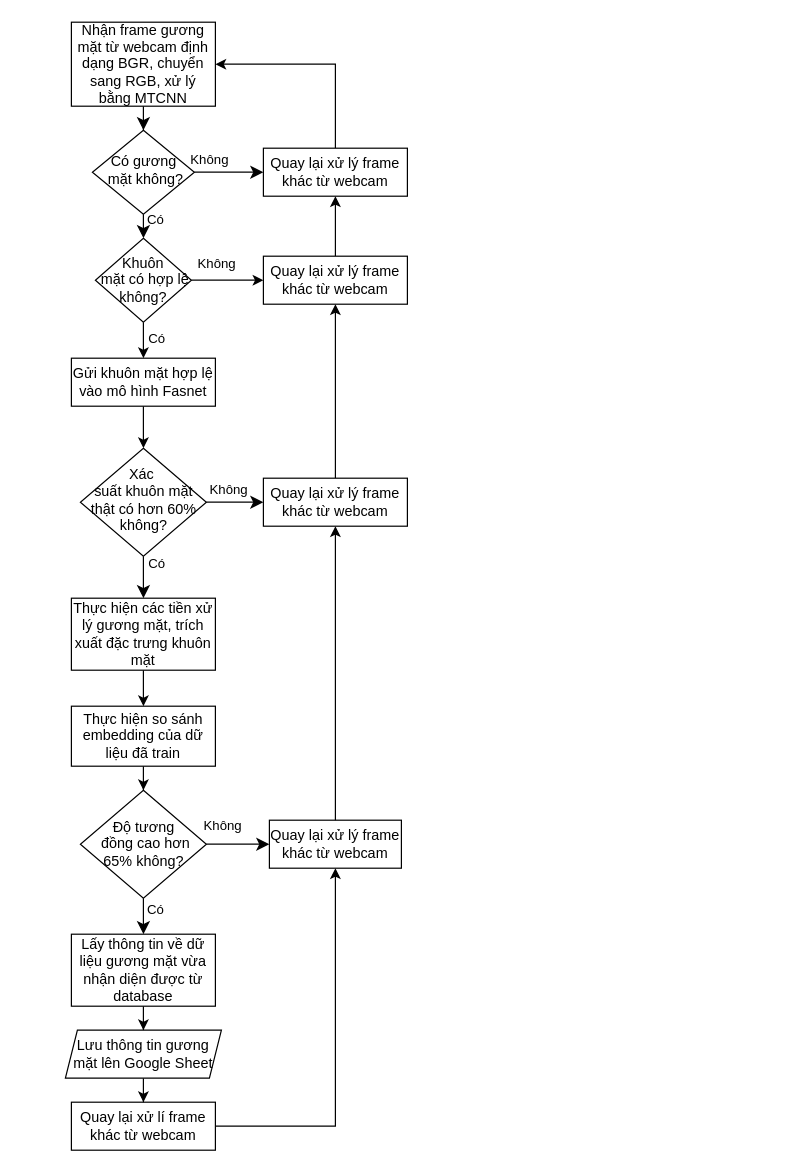
linh0802/fas keeps this draw.io diagram as luudonhandien.drawio. Above is the earlier version. Source tidied: cells renumbered, new cells numbered last; positions are measured from the earlier drawing's top-left corner, leaving out a move shared by most shapes. Both pictures are drawn from the tidied source at 120%, with x=0, y=0 at pixel (65, 22).
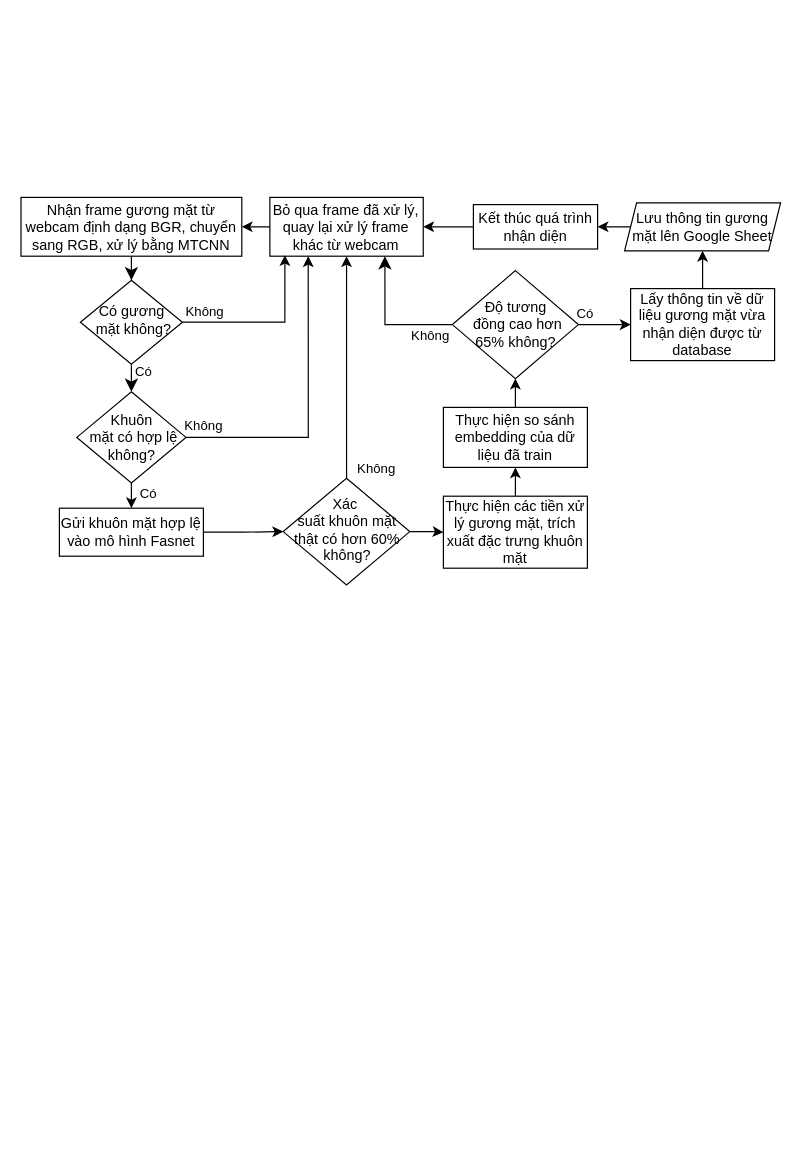
The same page after the edit.

Commit message:
Cập nhật luudonhandien.drawio

Diff of the diagram source:
```diff
@@
-    <mxCell id="3" value="Không" style="edgeStyle=orthogonalEdgeStyle;rounded=0;html=1;jettySize=auto;fontSize=11;endArrow=classic;endFill=1;endSize=8;strokeWidth=1;shadow=0;labelBackgroundColor=none;entryX=0;entryY=0.5;entryDx=0;entryDy=0;exitX=1;exitY=0.5;exitDx=0;exitDy=0;" parent="1" edge="1" source="4" target="19">
-      <mxGeometry x="-0.6" y="10" relative="1" as="geometry">
-        <Array as="points">
-          <mxPoint x="135" y="125" />
-          <mxPoint x="135" y="125" />
-        </Array>
-      </mxGeometry>
-    </mxCell>
     <mxCell id="4" value="Có gương&lt;div&gt;&amp;nbsp;mặt không?&lt;/div&gt;" style="rhombus;whiteSpace=wrap;html=1;shadow=0;fontFamily=Helvetica;fontSize=12;align=center;strokeWidth=1;spacing=6;spacingTop=-4;" parent="1" vertex="1">
-      <mxGeometry x="22.5" y="90" width="85" height="70" as="geometry" />
+      <mxGeometry x="12.5" y="215" width="85" height="70" as="geometry" />
     </mxCell>
-    <mxCell id="5" value="Có" style="rounded=0;html=1;jettySize=auto;fontSize=11;endArrow=classic;endFill=1;endSize=8;strokeWidth=1;shadow=0;labelBackgroundColor=none;edgeStyle=orthogonalEdgeStyle;" parent="1" edge="1" source="7">
-      <mxGeometry x="-0.72" y="10" relative="1" as="geometry">
-        <mxPoint x="65" y="480" as="targetPoint" />
-        <mxPoint x="1" y="1" as="offset" />
-      </mxGeometry>
-    </mxCell>
-    <mxCell id="6" value="Không" style="edgeStyle=orthogonalEdgeStyle;rounded=0;html=1;jettySize=auto;fontSize=11;endArrow=classic;endFill=1;endSize=8;strokeWidth=1;shadow=0;labelBackgroundColor=none;" parent="1" edge="1" source="7">
-      <mxGeometry x="-0.27" y="10" relative="1" as="geometry">
-        <mxPoint x="165" y="400" as="targetPoint" />
-      </mxGeometry>
-    </mxCell>
+    <mxCell id="38" style="edgeStyle=orthogonalEdgeStyle;rounded=0;jettySize=auto;html=1;entryX=0.5;entryY=1;entryDx=0;entryDy=0;" parent="1" edge="1" source="7" target="19">
+      <mxGeometry relative="1" as="geometry" />
+    </mxCell>
+    <mxCell id="39" value="Không" style="edgeLabel;html=1;align=center;verticalAlign=middle;" parent="38" vertex="1">
+      <mxGeometry x="-0.78" relative="1" as="geometry">
+        <mxPoint x="24" y="11" as="offset" />
+      </mxGeometry>
+    </mxCell>
+    <mxCell id="40" style="edgeStyle=orthogonalEdgeStyle;rounded=0;jettySize=auto;html=1;" parent="1" edge="1" source="7" target="16">
+      <mxGeometry relative="1" as="geometry" />
+    </mxCell>
     <mxCell id="7" value="&lt;div&gt;Xác&amp;nbsp;&lt;/div&gt;&lt;div&gt;suất khuôn mặt thật có hơn 60% không?&lt;/div&gt;" style="rhombus;whiteSpace=wrap;html=1;shadow=0;fontFamily=Helvetica;fontSize=12;align=center;strokeWidth=1;spacing=6;spacingTop=-4;" parent="1" vertex="1">
-      <mxGeometry x="12.5" y="355" width="105" height="90" as="geometry" />
+      <mxGeometry x="181.5" y="380" width="105.5" height="89" as="geometry" />
     </mxCell>
-    <mxCell id="8" style="edgeStyle=orthogonalEdgeStyle;rounded=0;orthogonalLoop=1;jettySize=auto;html=1;" parent="1" edge="1">
-      <mxGeometry relative="1" as="geometry">
-        <mxPoint x="65" y="540" as="sourcePoint" />
-        <mxPoint x="65" y="570" as="targetPoint" />
-      </mxGeometry>
-    </mxCell>
-    <mxCell id="9" style="edgeStyle=orthogonalEdgeStyle;rounded=0;jettySize=auto;html=1;endArrow=classic;endFill=1;exitX=0.5;exitY=1;exitDx=0;exitDy=0;" parent="1" edge="1" source="17" target="7">
-      <mxGeometry relative="1" as="geometry" />
-    </mxCell>
-    <mxCell id="10" style="edgeStyle=orthogonalEdgeStyle;rounded=0;jettySize=auto;html=1;exitX=0.5;exitY=1;exitDx=0;exitDy=0;" parent="1" edge="1" source="15" target="11">
-      <mxGeometry relative="1" as="geometry" />
-    </mxCell>
+    <mxCell id="41" style="edgeStyle=orthogonalEdgeStyle;rounded=0;jettySize=auto;html=1;exitX=1;exitY=0.5;exitDx=0;exitDy=0;entryX=0;entryY=0.5;entryDx=0;entryDy=0;" parent="1" edge="1" source="11" target="35">
+      <mxGeometry relative="1" as="geometry" />
+    </mxCell>
+    <mxCell id="42" value="Có" style="edgeLabel;html=1;align=center;verticalAlign=middle;" parent="41" vertex="1">
+      <mxGeometry x="-0.86" y="-1" relative="1" as="geometry">
+        <mxPoint x="2" y="-11" as="offset" />
+      </mxGeometry>
+    </mxCell>
     <mxCell id="11" value="&lt;div&gt;Độ&amp;nbsp;&lt;span style=&quot;background-color: transparent; color: light-dark(rgb(0, 0, 0), rgb(255, 255, 255));&quot;&gt;tương&lt;/span&gt;&lt;/div&gt;&lt;div&gt;&amp;nbsp;đồng cao hơn 65%&amp;nbsp;&lt;span style=&quot;background-color: transparent; color: light-dark(rgb(0, 0, 0), rgb(255, 255, 255));&quot;&gt;không?&lt;/span&gt;&lt;/div&gt;" style="rhombus;whiteSpace=wrap;html=1;" parent="1" vertex="1">
-      <mxGeometry x="12.5" y="640" width="105" height="90" as="geometry" />
+      <mxGeometry x="322.5" y="207" width="105" height="90" as="geometry" />
     </mxCell>
-    <mxCell id="12" value="Không" style="edgeStyle=orthogonalEdgeStyle;rounded=0;html=1;jettySize=auto;fontSize=11;endArrow=classic;endFill=1;endSize=8;strokeWidth=1;shadow=0;labelBackgroundColor=none;exitX=1;exitY=0.5;exitDx=0;exitDy=0;" parent="1" edge="1" source="11">
-      <mxGeometry x="-0.51" y="15" relative="1" as="geometry">
-        <mxPoint x="170" y="685" as="targetPoint" />
+    <mxCell id="12" value="Không" style="edgeStyle=orthogonalEdgeStyle;rounded=0;html=1;jettySize=auto;fontSize=11;endArrow=classic;endFill=1;endSize=8;strokeWidth=1;shadow=0;labelBackgroundColor=none;exitX=0;exitY=0.5;exitDx=0;exitDy=0;entryX=0.75;entryY=1;entryDx=0;entryDy=0;" parent="1" edge="1" source="11" target="19">
+      <mxGeometry x="-0.66" y="9" relative="1" as="geometry">
+        <Array as="points">
+          <mxPoint x="266" y="252" />
+        </Array>
       </mxGeometry>
     </mxCell>
-    <mxCell id="13" value="Có" style="rounded=0;html=1;jettySize=auto;orthogonalLoop=1;fontSize=11;endArrow=classic;endFill=1;endSize=8;strokeWidth=1;shadow=0;labelBackgroundColor=none;edgeStyle=orthogonalEdgeStyle;entryX=0.5;entryY=0;entryDx=0;entryDy=0;" parent="1" edge="1">
-      <mxGeometry x="-0.33" y="10" relative="1" as="geometry">
-        <mxPoint x="65" y="730" as="sourcePoint" />
-        <mxPoint x="65" y="760" as="targetPoint" />
-      </mxGeometry>
-    </mxCell>
-    <mxCell id="14" style="edgeStyle=orthogonalEdgeStyle;rounded=0;orthogonalLoop=1;jettySize=auto;html=1;entryX=0.5;entryY=1;entryDx=0;entryDy=0;" parent="1" edge="1">
-      <mxGeometry relative="1" as="geometry">
-        <mxPoint x="225" y="695" as="sourcePoint" />
-        <mxPoint x="225" y="420" as="targetPoint" />
-      </mxGeometry>
-    </mxCell>
+    <mxCell id="10" style="edgeStyle=orthogonalEdgeStyle;rounded=0;jettySize=auto;html=1;" parent="1" edge="1" source="15" target="11">
+      <mxGeometry relative="1" as="geometry" />
+    </mxCell>
     <mxCell id="15" value="Thực hiện so sánh embedding của dữ liệu đã train" style="rounded=0;whiteSpace=wrap;html=1;" parent="1" vertex="1">
-      <mxGeometry x="5" y="570" width="120" height="50" as="geometry" />
+      <mxGeometry x="315" y="321" width="120" height="50" as="geometry" />
     </mxCell>
+    <mxCell id="43" style="edgeStyle=orthogonalEdgeStyle;rounded=0;jettySize=auto;html=1;" parent="1" edge="1" source="16" target="15">
+      <mxGeometry relative="1" as="geometry" />
+    </mxCell>
     <mxCell id="16" value="Thực hiện các tiền xử lý gương mặt, trích xuất đặc trưng khuôn mặt" style="whiteSpace=wrap;html=1;" parent="1" vertex="1">
-      <mxGeometry x="5" y="480" width="120" height="60" as="geometry" />
+      <mxGeometry x="315" y="395" width="120" height="60" as="geometry" />
     </mxCell>
+    <mxCell id="9" style="edgeStyle=orthogonalEdgeStyle;rounded=0;jettySize=auto;html=1;" parent="1" edge="1" source="17" target="7">
+      <mxGeometry relative="1" as="geometry" />
+    </mxCell>
     <mxCell id="17" value="Gửi khuôn mặt hợp lệ vào mô hình Fasnet" style="whiteSpace=wrap;html=1;" parent="1" vertex="1">
-      <mxGeometry x="5" y="280" width="120" height="40" as="geometry" />
+      <mxGeometry x="-5" y="405" width="120" height="40" as="geometry" />
     </mxCell>
-    <mxCell id="18" style="edgeStyle=orthogonalEdgeStyle;rounded=0;jettySize=auto;html=1;entryX=1;entryY=0.5;entryDx=0;entryDy=0;" parent="1" edge="1" source="19" target="26">
+    <mxCell id="18" style="edgeStyle=orthogonalEdgeStyle;rounded=0;jettySize=auto;html=1;entryX=1;entryY=0.5;entryDx=0;entryDy=0;exitX=0;exitY=0.5;exitDx=0;exitDy=0;" parent="1" edge="1" source="19" target="26">
       <mxGeometry relative="1" as="geometry">
         <Array as="points">
-          <mxPoint x="225" y="35" />
+          <mxPoint x="174" y="171" />
+          <mxPoint x="147" y="171" />
         </Array>
       </mxGeometry>
     </mxCell>
-    <mxCell id="19" value="Quay lại xử lý frame khác từ webcam" style="whiteSpace=wrap;html=1;" parent="1" vertex="1">
-      <mxGeometry x="165" y="105" width="120" height="40" as="geometry" />
+    <mxCell id="19" value="Bỏ qua frame đã xử lý, quay lại xử lý frame khác từ webcam" style="whiteSpace=wrap;html=1;" parent="1" vertex="1">
+      <mxGeometry x="170.4" y="146" width="127.8" height="49" as="geometry" />
     </mxCell>
@@
-    <mxCell id="21" style="edgeStyle=orthogonalEdgeStyle;rounded=0;jettySize=auto;html=1;entryX=0.5;entryY=1;entryDx=0;entryDy=0;" parent="1" edge="1" source="22" target="33">
-      <mxGeometry relative="1" as="geometry" />
-    </mxCell>
-    <mxCell id="22" value="Quay lại xử lý frame khác từ webcam" style="whiteSpace=wrap;html=1;" parent="1" vertex="1">
-      <mxGeometry x="165" y="380" width="120" height="40" as="geometry" />
-    </mxCell>
-    <mxCell id="23" value="Quay lại xử lý frame khác từ webcam" style="whiteSpace=wrap;html=1;" parent="1" vertex="1">
-      <mxGeometry x="170" y="665" width="110" height="40" as="geometry" />
-    </mxCell>
-    <mxCell id="24" style="edgeStyle=orthogonalEdgeStyle;rounded=0;jettySize=auto;html=1;" parent="1" edge="1" source="25" target="23">
-      <mxGeometry relative="1" as="geometry" />
-    </mxCell>
-    <mxCell id="25" value="Quay lại xử lí frame khác từ webcam" style="whiteSpace=wrap;html=1;" parent="1" vertex="1">
-      <mxGeometry x="5" y="900" width="120" height="40" as="geometry" />
-    </mxCell>
     <mxCell id="26" value="Nhận frame gương mặt từ webcam định dạng BGR, chuyển sang RGB, xử lý bằng MTCNN" style="whiteSpace=wrap;html=1;" parent="1" vertex="1">
-      <mxGeometry x="5" width="120" height="70" as="geometry" />
+      <mxGeometry x="-37" y="146" width="184" height="49" as="geometry" />
     </mxCell>
     <mxCell id="27" style="edgeStyle=orthogonalEdgeStyle;rounded=0;jettySize=auto;html=1;" parent="1" edge="1" source="31" target="17">
       <mxGeometry relative="1" as="geometry">
         <Array as="points">
-          <mxPoint x="65" y="250" />
-          <mxPoint x="65" y="250" />
+          <mxPoint x="55" y="375" />
+          <mxPoint x="55" y="375" />
         </Array>
       </mxGeometry>
     </mxCell>
     <mxCell id="28" value="Có" style="edgeLabel;html=1;align=center;verticalAlign=middle;" parent="27" vertex="1">
       <mxGeometry x="-0.49" y="2" relative="1" as="geometry">
-        <mxPoint x="8" y="5" as="offset" />
+        <mxPoint x="11" y="3" as="offset" />
       </mxGeometry>
     </mxCell>
-    <mxCell id="29" style="edgeStyle=orthogonalEdgeStyle;rounded=0;jettySize=auto;html=1;entryX=0;entryY=0.5;entryDx=0;entryDy=0;" parent="1" edge="1" source="31" target="33">
+    <mxCell id="29" style="edgeStyle=orthogonalEdgeStyle;rounded=0;jettySize=auto;html=1;entryX=0.25;entryY=1;entryDx=0;entryDy=0;" parent="1" edge="1" source="31" target="19">
       <mxGeometry relative="1" as="geometry" />
     </mxCell>
     <mxCell id="30" value="Không" style="edgeLabel;html=1;align=center;verticalAlign=middle;" parent="29" vertex="1">
       <mxGeometry x="-0.47" y="1" relative="1" as="geometry">
-        <mxPoint x="4" y="-14" as="offset" />
+        <mxPoint x="-53" y="-10" as="offset" />
       </mxGeometry>
     </mxCell>
     <mxCell id="31" value="Khuôn&lt;div&gt;&amp;nbsp;mặt có hợp lệ không?&lt;/div&gt;" style="rhombus;whiteSpace=wrap;html=1;" parent="1" vertex="1">
-      <mxGeometry x="25" y="180" width="80" height="70" as="geometry" />
+      <mxGeometry x="9.5" y="308" width="91" height="76" as="geometry" />
     </mxCell>
-    <mxCell id="32" style="edgeStyle=orthogonalEdgeStyle;rounded=0;jettySize=auto;html=1;" parent="1" edge="1" source="33" target="19">
-      <mxGeometry relative="1" as="geometry" />
-    </mxCell>
-    <mxCell id="33" value="Quay lại xử lý frame khác từ webcam" style="whiteSpace=wrap;html=1;" parent="1" vertex="1">
-      <mxGeometry x="165" y="195" width="120" height="40" as="geometry" />
-    </mxCell>
-    <mxCell id="34" style="edgeStyle=orthogonalEdgeStyle;rounded=0;jettySize=auto;html=1;entryX=0.5;entryY=0;entryDx=0;entryDy=0;" parent="1" edge="1" source="35" target="37">
+    <mxCell id="34" style="edgeStyle=orthogonalEdgeStyle;rounded=0;jettySize=auto;html=1;" parent="1" edge="1" source="35" target="37">
       <mxGeometry relative="1" as="geometry" />
     </mxCell>
     <mxCell id="35" value="Lấy thông tin về dữ liệu gương mặt vừa nhận diện được từ database" style="whiteSpace=wrap;html=1;" parent="1" vertex="1">
-      <mxGeometry x="5" y="760" width="120" height="60" as="geometry" />
+      <mxGeometry x="471" y="222" width="120" height="60" as="geometry" />
     </mxCell>
-    <mxCell id="36" style="edgeStyle=orthogonalEdgeStyle;rounded=0;jettySize=auto;html=1;" parent="1" edge="1" source="37" target="25">
-      <mxGeometry relative="1" as="geometry" />
-    </mxCell>
+    <mxCell id="44" style="edgeStyle=orthogonalEdgeStyle;rounded=0;jettySize=auto;html=1;" parent="1" edge="1" source="37" target="47">
+      <mxGeometry relative="1" as="geometry" />
+    </mxCell>
     <mxCell id="37" value="Lưu thông tin gương mặt lên Google Sheet" style="shape=parallelogram;perimeter=parallelogramPerimeter;whiteSpace=wrap;html=1;fixedSize=1;size=10;" parent="1" vertex="1">
-      <mxGeometry y="840" width="130" height="40" as="geometry" />
+      <mxGeometry x="466" y="150.5" width="130" height="40" as="geometry" />
     </mxCell>
+    <mxCell id="3" style="edgeStyle=orthogonalEdgeStyle;rounded=0;jettySize=auto;html=1;exitX=1;exitY=0.5;exitDx=0;exitDy=0;entryX=0.098;entryY=0.983;entryDx=0;entryDy=0;entryPerimeter=0;" parent="1" edge="1" source="4" target="19">
+      <mxGeometry relative="1" as="geometry" />
+    </mxCell>
+    <mxCell id="45" value="Không" style="edgeLabel;html=1;align=center;verticalAlign=middle;" parent="3" vertex="1">
+      <mxGeometry x="-0.79" y="-1" relative="1" as="geometry">
+        <mxPoint x="3" y="-11" as="offset" />
+      </mxGeometry>
+    </mxCell>
+    <mxCell id="46" style="edgeStyle=orthogonalEdgeStyle;rounded=0;jettySize=auto;html=1;" parent="1" edge="1" source="47" target="19">
+      <mxGeometry relative="1" as="geometry" />
+    </mxCell>
+    <mxCell id="47" value="Kết thúc quá trình nhận diện" style="whiteSpace=wrap;html=1;" parent="1" vertex="1">
+      <mxGeometry x="340" y="152" width="103.5" height="37" as="geometry" />
+    </mxCell>
```
